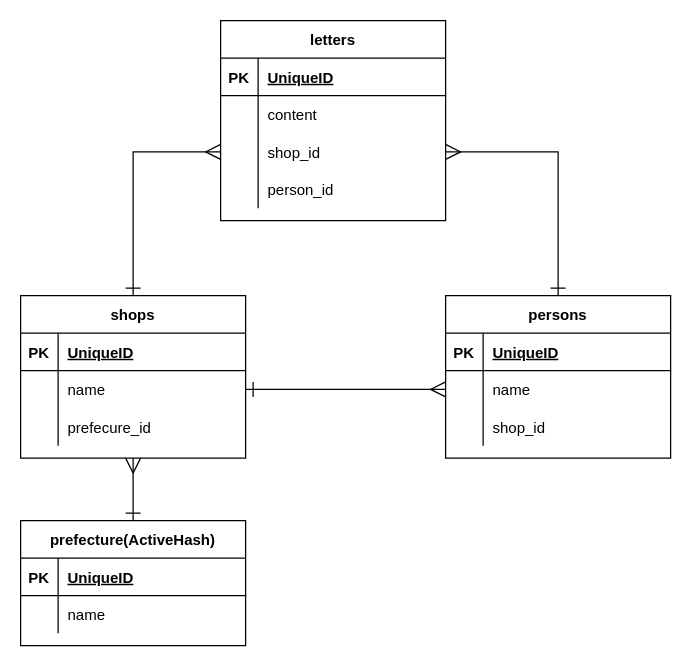
Above: er.dio in shota-bot/letters (draw.io), before the change. Source tidied: cells renumbered, new cells numbered last; positions are measured from the earlier drawing's top-left corner, leaving out a move shared by most shapes. Both pictures are drawn from the tidied source at 125%, with x=0, y=0 at pixel (20, 20).
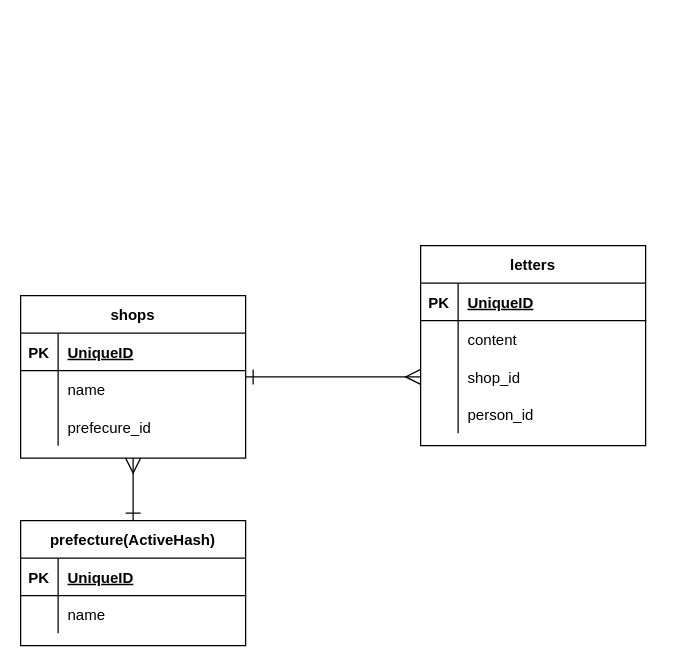
Above is the later version.

Commit message (it also covers changes not shown here):
a要素の表示を変更

Unchanged cells that the change refers to:
```xml
<mxCell id="9" style="shape=partialRectangle;fillColor=none;top=0;left=0;bottom=0;right=0;points=[[0,0.5],[1,0.5]];portConstraint=eastwest;" parent="2" vertex="1">
  <mxGeometry y="90" width="180" height="30" as="geometry" />
</mxCell>
<mxCell id="20" style="shape=partialRectangle;fillColor=none;top=0;left=0;bottom=0;right=0;points=[[0,0.5],[1,0.5]];portConstraint=eastwest;" parent="16" vertex="1">
  <mxGeometry y="60" width="180" height="30" as="geometry" />
</mxCell>
```

What changed in the source:
```diff
@@
     <mxCell id="2" value="letters" style="shape=table;startSize=30;childLayout=tableLayout;rowLines=0;fontStyle=1;align=center;" parent="1" vertex="1">
-      <mxGeometry x="160" width="180" height="160" as="geometry" />
+      <mxGeometry x="320" y="180" width="180" height="160" as="geometry" />
     </mxCell>
@@
-    <mxCell id="26" style="edgeStyle=orthogonalEdgeStyle;rounded=0;jettySize=auto;html=1;entryX=1;entryY=0.5;entryDx=0;entryDy=0;startArrow=ERone;startFill=0;startSize=10;endArrow=ERmany;endFill=0;endSize=10;" parent="1" edge="1" source="27" target="9">
-      <mxGeometry relative="1" as="geometry" />
-    </mxCell>
-    <mxCell id="27" value="persons" style="shape=table;startSize=30;childLayout=tableLayout;rowLines=0;fontStyle=1;align=center;" parent="1" vertex="1">
-      <mxGeometry x="340" y="220" width="180" height="130" as="geometry" />
-    </mxCell>
-    <mxCell id="28" style="shape=partialRectangle;fillColor=none;top=0;left=0;bottom=1;right=0;" parent="27" vertex="1">
-      <mxGeometry y="30" width="180" height="30" as="geometry" />
-    </mxCell>
-    <mxCell id="29" value="PK" style="shape=partialRectangle;fillColor=none;top=0;left=0;bottom=0;right=0;fontStyle=1;overflow=hidden;" parent="28" vertex="1">
-      <mxGeometry width="30" height="30" as="geometry" />
-    </mxCell>
-    <mxCell id="30" value="UniqueID" style="shape=partialRectangle;fillColor=none;top=0;left=0;bottom=0;right=0;align=left;spacingLeft=6;fontStyle=5;overflow=hidden;" parent="28" vertex="1">
-      <mxGeometry x="30" width="150" height="30" as="geometry" />
-    </mxCell>
-    <mxCell id="31" style="shape=partialRectangle;fillColor=none;top=0;left=0;bottom=0;right=0;points=[[0,0.5],[1,0.5]];portConstraint=eastwest;" parent="27" vertex="1">
-      <mxGeometry y="60" width="180" height="30" as="geometry" />
-    </mxCell>
-    <mxCell id="32" style="shape=partialRectangle;fillColor=none;top=0;left=0;bottom=0;right=0;overflow=hidden;" parent="31" vertex="1">
-      <mxGeometry width="30" height="30" as="geometry" />
-    </mxCell>
-    <mxCell id="33" value="name" style="shape=partialRectangle;fillColor=none;top=0;left=0;bottom=0;right=0;align=left;spacingLeft=6;overflow=hidden;" parent="31" vertex="1">
-      <mxGeometry x="30" width="150" height="30" as="geometry" />
-    </mxCell>
-    <mxCell id="34" style="shape=partialRectangle;fillColor=none;top=0;left=0;bottom=0;right=0;" parent="27" vertex="1">
-      <mxGeometry y="90" width="180" height="30" as="geometry" />
-    </mxCell>
-    <mxCell id="35" style="shape=partialRectangle;fillColor=none;top=0;left=0;bottom=0;right=0;overflow=hidden;" parent="34" vertex="1">
-      <mxGeometry width="30" height="30" as="geometry" />
-    </mxCell>
-    <mxCell id="36" value="shop_id" style="shape=partialRectangle;fillColor=none;top=0;left=0;bottom=0;right=0;align=left;spacingLeft=6;overflow=hidden;" parent="34" vertex="1">
-      <mxGeometry x="30" width="150" height="30" as="geometry" />
-    </mxCell>
@@
-    <mxCell id="45" style="edgeStyle=orthogonalEdgeStyle;rounded=0;jettySize=auto;html=1;startArrow=ERone;startFill=0;startSize=10;endArrow=ERmany;endFill=0;endSize=10;" parent="1" edge="1" source="20" target="31">
-      <mxGeometry relative="1" as="geometry" />
-    </mxCell>
```
